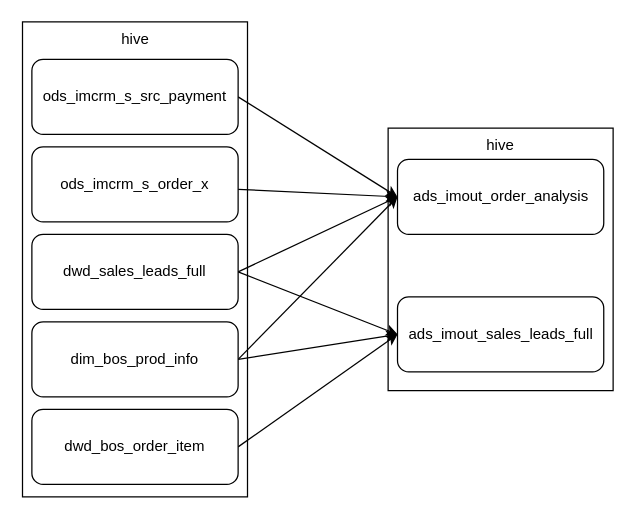
taitaibai/test keeps this draw.io diagram as IM_数据中台_DS_订单表增加商品编码字段_数据链路图_V0.10.drawio. Above is the earlier version. Source tidied: cells renumbered, new cells numbered last; positions are measured from the earlier drawing's top-left corner, leaving out a move shared by most shapes. Both pictures are drawn from the tidied source at 125%, with x=0, y=0 at pixel (22, 21).
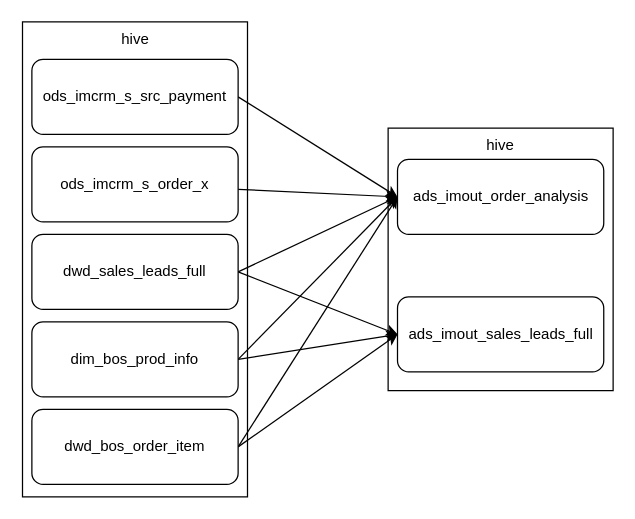
The same diagram, later.

Commit message:
更新IM_数据中台_DS_订单表增加商品编码字段_数据链路图_V0.10.drawio

Diff of the diagram source:
```diff
@@
 <mxGraphModel>
   <root>
     <mxCell id="0" />
     <mxCell id="1" parent="0" />
     <mxCell id="2" value="hive" style="rounded=0;whiteSpace=wrap;html=1;verticalAlign=top;" parent="1" vertex="1">
       <mxGeometry x="292" y="85" width="180" height="210" as="geometry" />
     </mxCell>
     <mxCell id="3" value="hive" style="rounded=0;whiteSpace=wrap;html=1;verticalAlign=top;" parent="1" vertex="1">
       <mxGeometry x="-0.5" width="180" height="380" as="geometry" />
     </mxCell>
     <mxCell id="4" style="rounded=0;jettySize=auto;html=1;entryX=0;entryY=0.5;entryDx=0;entryDy=0;exitX=1;exitY=0.5;exitDx=0;exitDy=0;" parent="1" edge="1" source="5" target="17">
       <mxGeometry relative="1" as="geometry" />
     </mxCell>
     <mxCell id="5" value="&lt;span&gt;ods_imcrm_s_src_payment&lt;/span&gt;" style="rounded=1;whiteSpace=wrap;html=1;verticalAlign=middle;" parent="1" vertex="1">
       <mxGeometry x="7" y="30" width="165" height="60" as="geometry" />
     </mxCell>
     <mxCell id="6" style="rounded=0;jettySize=auto;html=1;entryX=0;entryY=0.5;entryDx=0;entryDy=0;" parent="1" edge="1" source="7" target="17">
       <mxGeometry relative="1" as="geometry" />
     </mxCell>
     <mxCell id="7" value="ods_imcrm_s_order_x" style="rounded=1;whiteSpace=wrap;html=1;verticalAlign=middle;" parent="1" vertex="1">
       <mxGeometry x="7" y="100" width="165" height="60" as="geometry" />
     </mxCell>
     <mxCell id="8" style="rounded=0;jettySize=auto;html=1;entryX=0;entryY=0.5;entryDx=0;entryDy=0;exitX=1;exitY=0.5;exitDx=0;exitDy=0;" parent="1" edge="1" source="10" target="17">
       <mxGeometry relative="1" as="geometry" />
     </mxCell>
     <mxCell id="9" style="rounded=0;jettySize=auto;html=1;entryX=0;entryY=0.5;entryDx=0;entryDy=0;exitX=1;exitY=0.5;exitDx=0;exitDy=0;" parent="1" edge="1" source="10" target="16">
       <mxGeometry relative="1" as="geometry" />
     </mxCell>
     <mxCell id="10" value="dwd_sales_leads_full" style="rounded=1;whiteSpace=wrap;html=1;verticalAlign=middle;" parent="1" vertex="1">
       <mxGeometry x="7" y="170" width="165" height="60" as="geometry" />
     </mxCell>
     <mxCell id="11" style="rounded=0;jettySize=auto;html=1;entryX=0;entryY=0.5;entryDx=0;entryDy=0;exitX=1;exitY=0.5;exitDx=0;exitDy=0;" parent="1" edge="1" source="13" target="17">
       <mxGeometry relative="1" as="geometry" />
     </mxCell>
     <mxCell id="12" style="rounded=0;jettySize=auto;html=1;entryX=0;entryY=0.5;entryDx=0;entryDy=0;exitX=1;exitY=0.5;exitDx=0;exitDy=0;" parent="1" edge="1" source="13" target="16">
       <mxGeometry relative="1" as="geometry" />
     </mxCell>
     <mxCell id="13" value="dim_bos_prod_info" style="rounded=1;whiteSpace=wrap;html=1;verticalAlign=middle;" parent="1" vertex="1">
       <mxGeometry x="7" y="240" width="165" height="60" as="geometry" />
     </mxCell>
     <mxCell id="14" style="rounded=0;jettySize=auto;html=1;entryX=0;entryY=0.5;entryDx=0;entryDy=0;exitX=1;exitY=0.5;exitDx=0;exitDy=0;" parent="1" edge="1" source="15" target="16">
       <mxGeometry relative="1" as="geometry" />
     </mxCell>
+    <mxCell id="18" style="rounded=0;jettySize=auto;html=1;entryX=0;entryY=0.5;entryDx=0;entryDy=0;exitX=1;exitY=0.5;exitDx=0;exitDy=0;" parent="1" edge="1" source="15" target="17">
+      <mxGeometry relative="1" as="geometry" />
+    </mxCell>
     <mxCell id="15" value="dwd_bos_order_item" style="rounded=1;whiteSpace=wrap;html=1;verticalAlign=middle;" parent="1" vertex="1">
       <mxGeometry x="7" y="310" width="165" height="60" as="geometry" />
     </mxCell>
     <mxCell id="16" value="ads_imout_sales_leads_full" style="rounded=1;whiteSpace=wrap;html=1;verticalAlign=middle;" parent="1" vertex="1">
       <mxGeometry x="299.5" y="220" width="165" height="60" as="geometry" />
     </mxCell>
     <mxCell id="17" value="ads_imout_order_analysis" style="rounded=1;whiteSpace=wrap;html=1;verticalAlign=middle;" parent="1" vertex="1">
       <mxGeometry x="299.5" y="110" width="165" height="60" as="geometry" />
     </mxCell>
   </root>
 </mxGraphModel>
```
